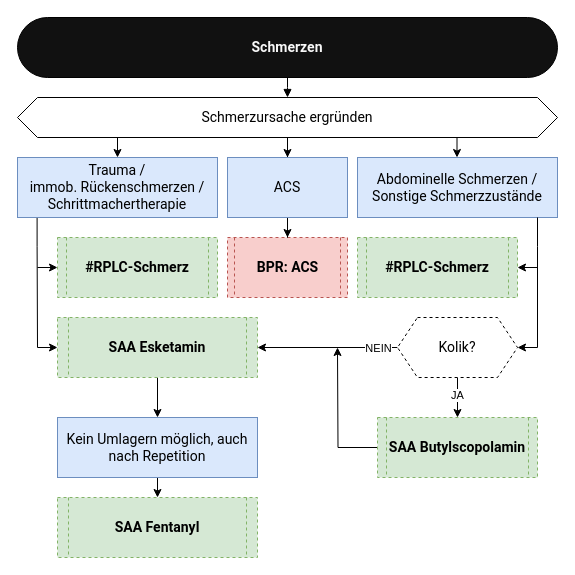
steiiin/notsan-app keeps this draw.io diagram as assets/flows/schmerzen.drawio. Above is the earlier version. Source tidied: cells renumbered, new cells numbered last; positions are measured from the earlier drawing's top-left corner, leaving out a move shared by most shapes. Both pictures are drawn from the tidied source at 100%, with x=0, y=0 at pixel (17, 17).
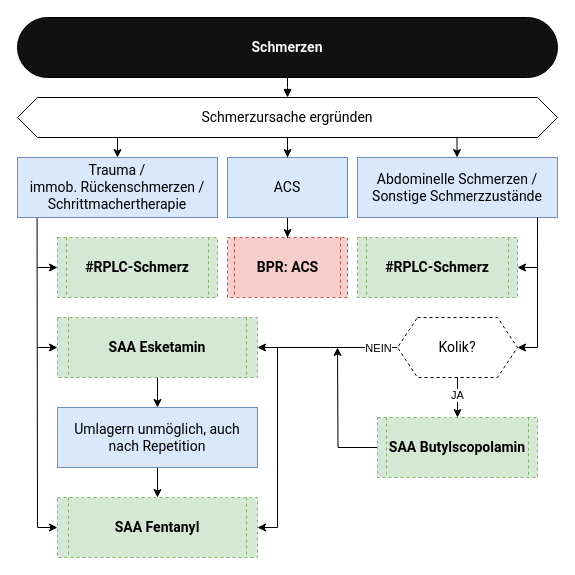
Above is the later version.

Unchanged cells that the change refers to:
```xml
<mxCell id="16" value="SAA Esketamin" style="shape=process;whiteSpace=wrap;html=1;backgroundOutline=1;size=0.05555555555555555;fillColor=#d5e8d4;strokeColor=#82b366;fontFamily=&quot;Roboto&quot;, &quot;Helvetica Neue&quot;, sans-serif;fontStyle=1;fontSize=14;textShadow=0;dashed=1;fontColor=default;labelBackgroundColor=none;comic=0;" parent="1" vertex="1">
  <mxGeometry x="40" y="300" width="200" height="60" as="geometry" />
</mxCell>
<mxCell id="24" value="SAA Fentanyl" style="shape=process;whiteSpace=wrap;html=1;backgroundOutline=1;size=0.05555555555555555;fillColor=#d5e8d4;strokeColor=#82b366;fontFamily=&quot;Roboto&quot;, &quot;Helvetica Neue&quot;, sans-serif;fontStyle=1;fontSize=14;textShadow=0;dashed=1;fontColor=default;labelBackgroundColor=none;comic=0;" parent="1" vertex="1">
  <mxGeometry x="40" y="480" width="200" height="60" as="geometry" />
</mxCell>
```

The edit, as a diff of the source:
```diff
@@
-    <mxCell id="7" style="edgeStyle=orthogonalEdgeStyle;rounded=0;jettySize=auto;html=1;exitX=0.098;exitY=1.013;exitDx=0;exitDy=0;exitPerimeter=0;entryX=0;entryY=0.5;entryDx=0;entryDy=0;" parent="1" edge="1" target="16">
+    <mxCell id="7" style="edgeStyle=orthogonalEdgeStyle;rounded=0;jettySize=auto;html=1;exitX=0.098;exitY=1.013;exitDx=0;exitDy=0;exitPerimeter=0;entryX=0;entryY=0.5;entryDx=0;entryDy=0;" parent="1" edge="1" target="24">
       <mxGeometry relative="1" as="geometry">
         <mxPoint x="19.6" y="200" as="sourcePoint" />
         <Array as="points">
           <mxPoint x="20" y="229" />
           <mxPoint x="20" y="229" />
-          <mxPoint x="20" y="330" />
+          <mxPoint x="20" y="510" />
         </Array>
       </mxGeometry>
     </mxCell>
@@
-    <mxCell id="26" value="Kein Umlagern möglich, auch&lt;div&gt;nach Repetition&lt;/div&gt;" style="rounded=0;whiteSpace=wrap;html=1;fillColor=#dae8fc;strokeColor=#6c8ebf;fontFamily=&quot;Roboto&quot;, &quot;Helvetica Neue&quot;, sans-serif;fontSize=14;fontColor=default;labelBackgroundColor=none;" parent="1" vertex="1">
-      <mxGeometry x="40" y="400" width="200" height="60" as="geometry" />
+    <mxCell id="26" value="Umlagern unmöglich, auch&lt;div&gt;nach Repetition&lt;/div&gt;" style="rounded=0;whiteSpace=wrap;html=1;fillColor=#dae8fc;strokeColor=#6c8ebf;fontFamily=&quot;Roboto&quot;, &quot;Helvetica Neue&quot;, sans-serif;fontSize=14;fontColor=default;labelBackgroundColor=none;" parent="1" vertex="1">
+      <mxGeometry x="40" y="390" width="200" height="60" as="geometry" />
     </mxCell>
@@
+    <mxCell id="31" style="edgeStyle=orthogonalEdgeStyle;rounded=0;orthogonalLoop=1;jettySize=auto;html=1;entryX=0;entryY=0.5;entryDx=0;entryDy=0;" parent="1" edge="1">
+      <mxGeometry relative="1" as="geometry">
+        <mxPoint x="20" y="330" as="sourcePoint" />
+        <mxPoint x="40" y="330" as="targetPoint" />
+        <Array as="points">
+          <mxPoint x="20" y="330" />
+        </Array>
+      </mxGeometry>
+    </mxCell>
+    <mxCell id="32" style="endArrow=classic;html=1;rounded=0;edgeStyle=elbowEdgeStyle;elbow=vertical;entryX=1;entryY=0.5;entryDx=0;entryDy=0;" parent="1" edge="1" target="24">
+      <mxGeometry relative="1" as="geometry">
+        <mxPoint x="260" y="330" as="sourcePoint" />
+        <Array as="points">
+          <mxPoint x="250" y="510" />
+        </Array>
+      </mxGeometry>
+    </mxCell>
```
